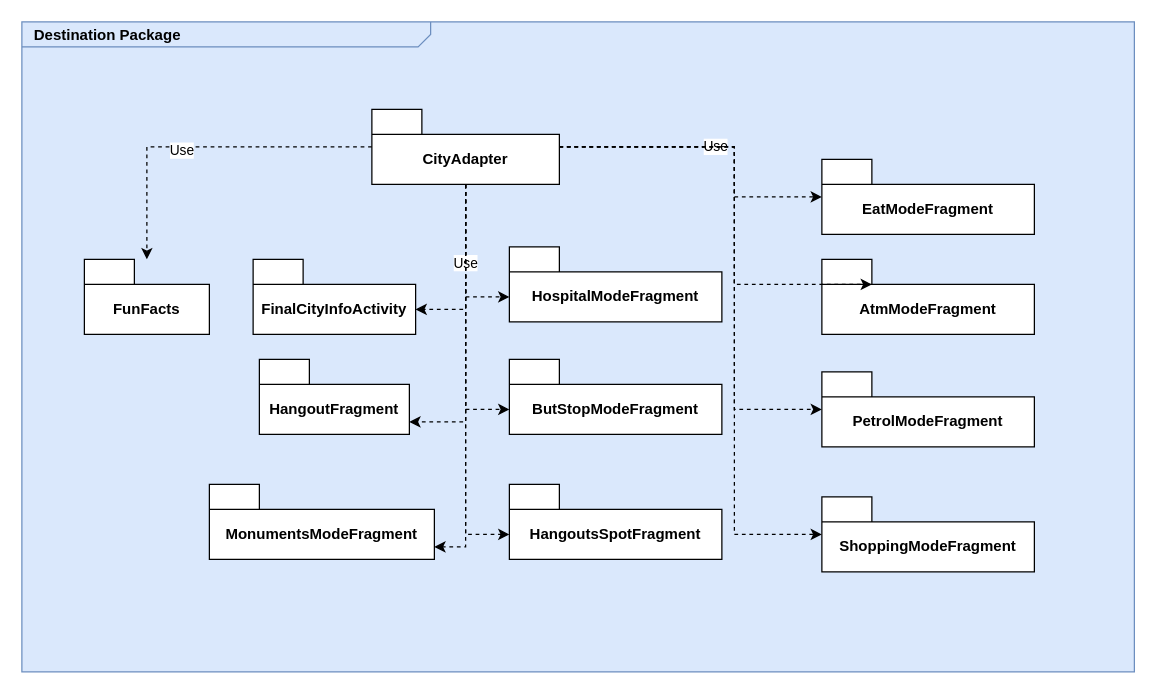
Before: FinalCityInfoActivity.drawio in MurielleMardenli200/LOG8430_TP1, a draw.io diagram. Source tidied: cells renumbered, new cells numbered last; positions are measured from the earlier drawing's top-left corner, leaving out a move shared by most shapes. Both pictures are drawn from the tidied source at 125%, with x=0, y=0 at pixel (21, 21).
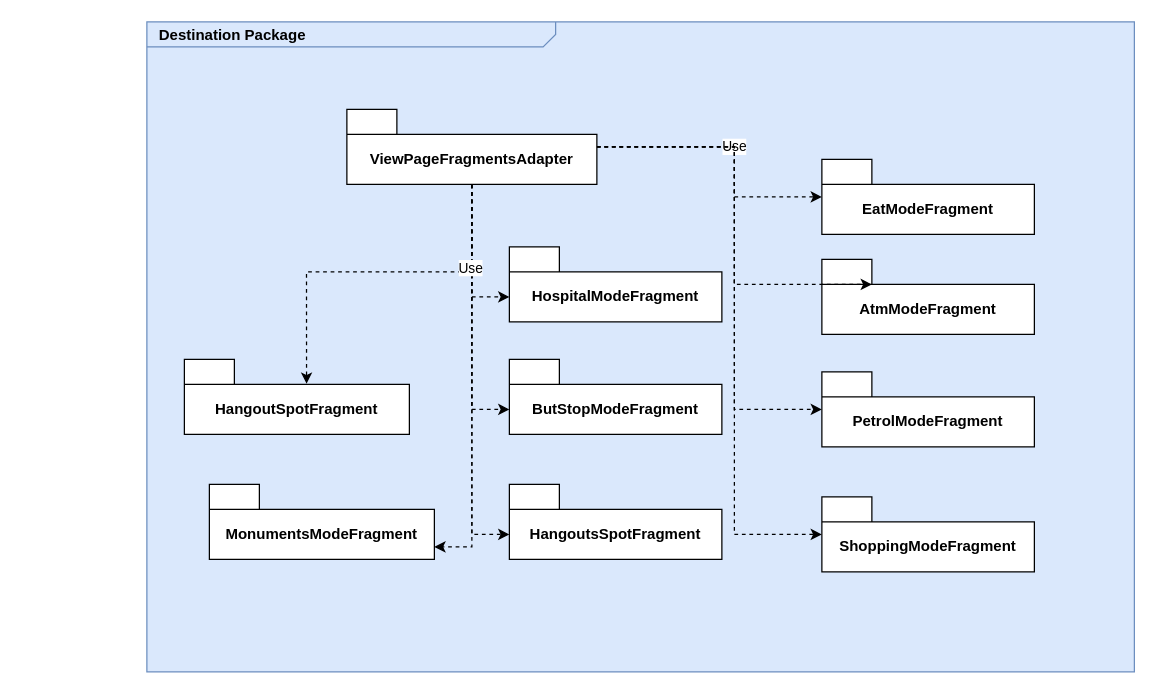
Above is the later version.

Unchanged cells that the change refers to:
```xml
<mxCell id="14" value="MonumentsModeFragment" style="shape=folder;fontStyle=1;tabWidth=40;tabHeight=20;tabPosition=left;html=1;boundedLbl=1;whiteSpace=wrap;" parent="1" vertex="1">
  <mxGeometry x="150" y="370" width="180" height="60" as="geometry" />
</mxCell>
<mxCell id="20" value="HospitalModeFragment" style="shape=folder;fontStyle=1;tabWidth=40;tabHeight=20;tabPosition=left;html=1;boundedLbl=1;whiteSpace=wrap;" parent="1" vertex="1">
  <mxGeometry x="390" y="180" width="170" height="60" as="geometry" />
</mxCell>
```

The edit, as a diff of the source:
```diff
@@
     <mxCell id="2" value="&lt;p style=&quot;margin: 0px ; margin-top: 4px ; margin-left: 10px ; text-align: left&quot;&gt;&lt;b&gt;Destination Package&lt;/b&gt;&lt;/p&gt;" style="html=1;strokeWidth=1;shape=mxgraph.sysml.package;html=1;overflow=fill;whiteSpace=wrap;fillColor=#dae8fc;fontSize=12;align=center;labelX=327.64;strokeColor=#6c8ebf;" parent="1" vertex="1">
-      <mxGeometry width="890" height="520" as="geometry" />
+      <mxGeometry x="100" width="790" height="520" as="geometry" />
     </mxCell>
-    <mxCell id="3" style="edgeStyle=orthogonalEdgeStyle;rounded=0;jettySize=auto;html=1;dashed=1;" parent="1" edge="1" source="10" target="11">
-      <mxGeometry relative="1" as="geometry" />
-    </mxCell>
-    <mxCell id="4" value="Use" style="edgeLabel;html=1;align=center;verticalAlign=middle;" parent="3" vertex="1">
-      <mxGeometry x="0.13" y="2" relative="1" as="geometry" />
-    </mxCell>
-    <mxCell id="5" style="edgeStyle=orthogonalEdgeStyle;shape=connector;rounded=0;jettySize=auto;html=1;dashed=1;strokeColor=default;align=center;verticalAlign=middle;fontFamily=Helvetica;fontSize=11;fontColor=default;labelBackgroundColor=default;endArrow=classic;" parent="1" edge="1" source="10" target="12">
-      <mxGeometry relative="1" as="geometry">
-        <Array as="points">
-          <mxPoint x="355" y="230" />
-        </Array>
-      </mxGeometry>
-    </mxCell>
-    <mxCell id="6" value="Use" style="edgeStyle=orthogonalEdgeStyle;shape=connector;rounded=0;jettySize=auto;html=1;dashed=1;strokeColor=default;align=center;verticalAlign=middle;fontFamily=Helvetica;fontSize=11;fontColor=default;labelBackgroundColor=default;endArrow=classic;" parent="1" edge="1" source="10" target="20">
-      <mxGeometry relative="1" as="geometry">
-        <Array as="points">
-          <mxPoint x="355" y="220" />
-        </Array>
-      </mxGeometry>
-    </mxCell>
@@
-    <mxCell id="10" value="CityAdapter" style="shape=folder;fontStyle=1;tabWidth=40;tabHeight=20;tabPosition=left;html=1;boundedLbl=1;whiteSpace=wrap;" parent="1" vertex="1">
-      <mxGeometry x="280" y="70" width="150" height="60" as="geometry" />
+    <mxCell id="10" value="ViewPageFragmentsAdapter" style="shape=folder;fontStyle=1;tabWidth=40;tabHeight=20;tabPosition=left;html=1;boundedLbl=1;whiteSpace=wrap;" parent="1" vertex="1">
+      <mxGeometry x="260" y="70" width="200" height="60" as="geometry" />
     </mxCell>
-    <mxCell id="11" value="FunFacts" style="shape=folder;fontStyle=1;tabWidth=40;tabHeight=20;tabPosition=left;html=1;boundedLbl=1;whiteSpace=wrap;" parent="1" vertex="1">
-      <mxGeometry x="50" y="190" width="100" height="60" as="geometry" />
-    </mxCell>
-    <mxCell id="12" value="FinalCityInfoActivity" style="shape=folder;fontStyle=1;tabWidth=40;tabHeight=20;tabPosition=left;html=1;boundedLbl=1;whiteSpace=wrap;" parent="1" vertex="1">
-      <mxGeometry x="185" y="190" width="130" height="60" as="geometry" />
-    </mxCell>
-    <mxCell id="13" value="HangoutFragment" style="shape=folder;fontStyle=1;tabWidth=40;tabHeight=20;tabPosition=left;html=1;boundedLbl=1;whiteSpace=wrap;" parent="1" vertex="1">
-      <mxGeometry x="190" y="270" width="120" height="60" as="geometry" />
+    <mxCell id="13" value="HangoutSpotFragment" style="shape=folder;fontStyle=1;tabWidth=40;tabHeight=20;tabPosition=left;html=1;boundedLbl=1;whiteSpace=wrap;" parent="1" vertex="1">
+      <mxGeometry x="130" y="270" width="180" height="60" as="geometry" />
     </mxCell>
@@
-    <mxCell id="25" style="edgeStyle=orthogonalEdgeStyle;shape=connector;rounded=0;jettySize=auto;html=1;entryX=0;entryY=0;entryDx=120;entryDy=50;entryPerimeter=0;dashed=1;strokeColor=default;align=center;verticalAlign=middle;fontFamily=Helvetica;fontSize=11;fontColor=default;labelBackgroundColor=default;endArrow=classic;" parent="1" edge="1" source="10" target="13">
+    <mxCell id="25" style="edgeStyle=orthogonalEdgeStyle;shape=connector;rounded=0;jettySize=auto;html=1;dashed=1;strokeColor=default;align=center;verticalAlign=middle;fontFamily=Helvetica;fontSize=11;fontColor=default;labelBackgroundColor=default;endArrow=classic;entryX=0.543;entryY=0.324;entryDx=0;entryDy=0;entryPerimeter=0;" parent="1" edge="1" source="10" target="13">
       <mxGeometry relative="1" as="geometry" />
     </mxCell>
     <mxCell id="26" style="edgeStyle=orthogonalEdgeStyle;shape=connector;rounded=0;jettySize=auto;html=1;entryX=0;entryY=0;entryDx=180;entryDy=50;entryPerimeter=0;dashed=1;strokeColor=default;align=center;verticalAlign=middle;fontFamily=Helvetica;fontSize=11;fontColor=default;labelBackgroundColor=default;endArrow=classic;" parent="1" edge="1" source="10" target="14">
-      <mxGeometry relative="1" as="geometry" />
+      <mxGeometry relative="1" as="geometry">
+        <Array as="points">
+          <mxPoint x="360" y="420" />
+        </Array>
+      </mxGeometry>
     </mxCell>
+    <mxCell id="6" style="edgeStyle=orthogonalEdgeStyle;shape=connector;rounded=0;jettySize=auto;html=1;entryX=0;entryY=0;entryDx=0;entryDy=40;entryPerimeter=0;dashed=1;strokeColor=default;align=center;verticalAlign=middle;fontFamily=Helvetica;fontSize=11;fontColor=default;labelBackgroundColor=default;endArrow=classic;" parent="1" edge="1" source="10" target="20">
+      <mxGeometry relative="1" as="geometry" />
+    </mxCell>
+    <mxCell id="27" value="Use" style="edgeLabel;html=1;align=center;verticalAlign=middle;fontFamily=Helvetica;fontSize=11;fontColor=default;labelBackgroundColor=default;" parent="6" vertex="1">
+      <mxGeometry x="0.12" y="-2" relative="1" as="geometry">
+        <mxPoint y="-1" as="offset" />
+      </mxGeometry>
+    </mxCell>
```
